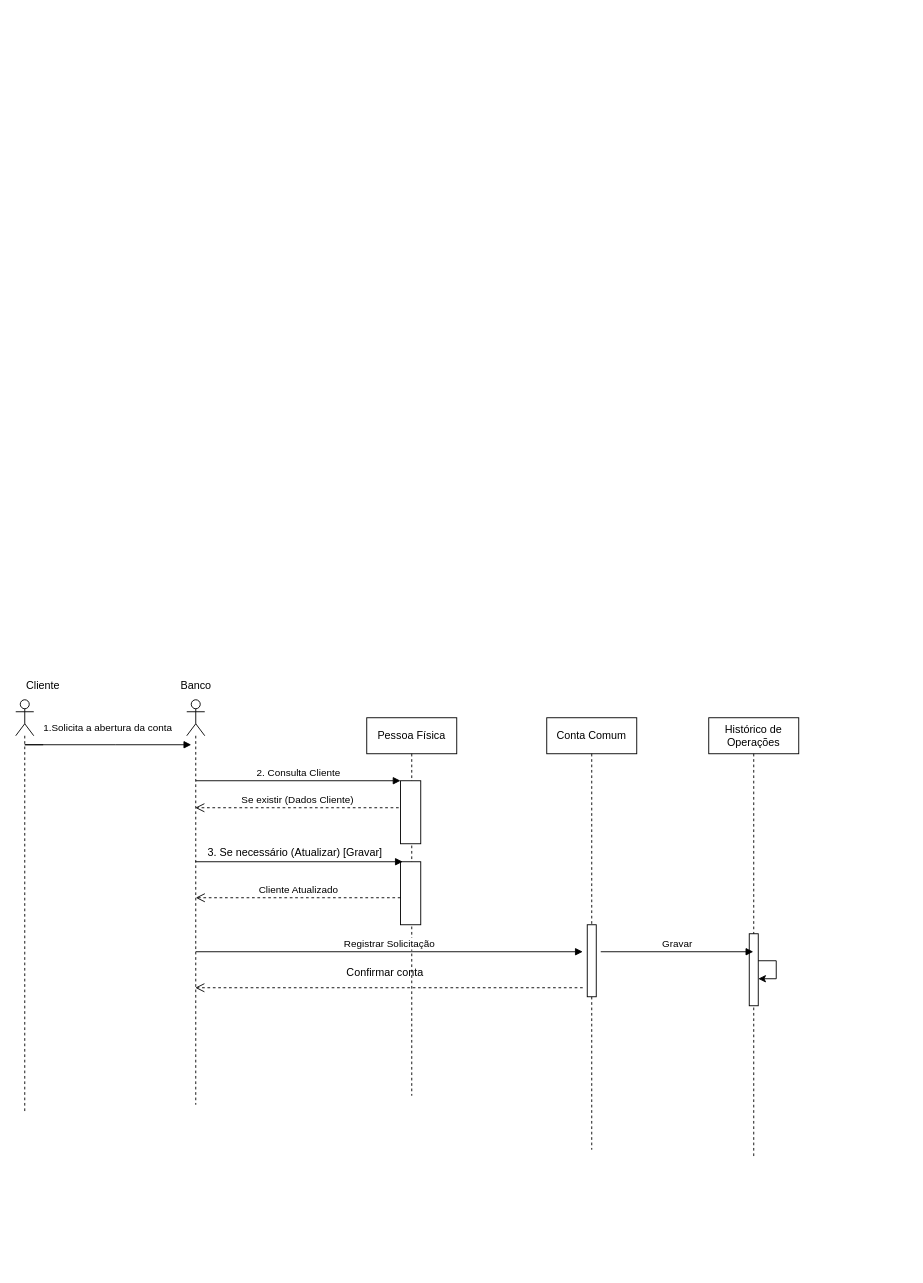
The draw.io diagram AtividadeemSala.drawio in ShellyLeal05/EngenhariaSoftwareII, before the edit. Source tidied: cells renumbered, new cells numbered last; positions are measured from the earlier drawing's top-left corner, leaving out a move shared by most shapes. Both pictures are drawn from the tidied source at 90%, with x=0, y=0 at pixel (15, 672).
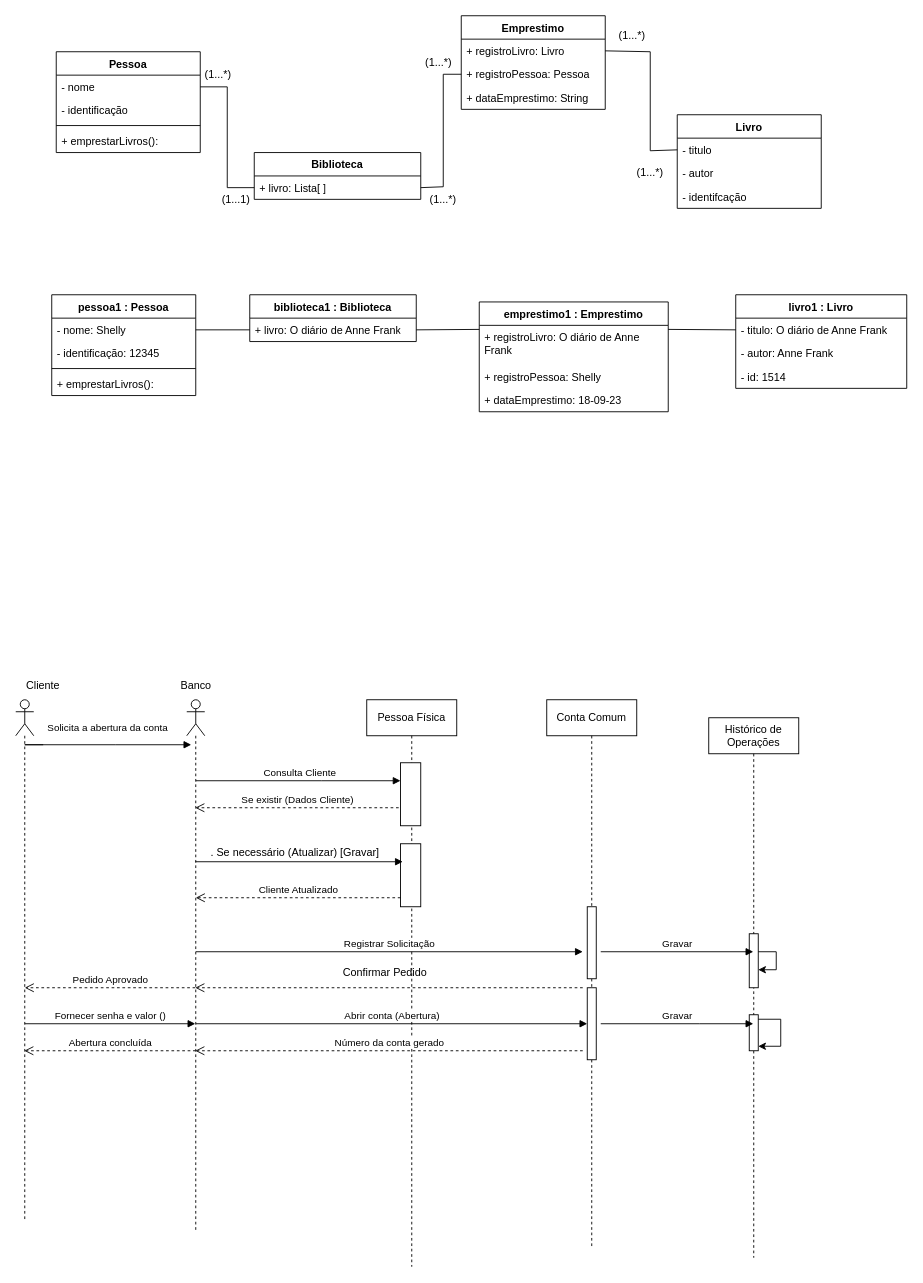
After the change.

The change refers to these unchanged cells:
```xml
<mxCell id="9" style="html=1;points=[[0,0,0,0,5],[0,1,0,0,-5],[1,0,0,0,5],[1,1,0,0,-5]];perimeter=orthogonalPerimeter;outlineConnect=0;targetShapes=umlLifeline;portConstraint=eastwest;newEdgeStyle={&quot;curved&quot;:0,&quot;rounded&quot;:0};" parent="8" vertex="1">
  <mxGeometry x="37.5" y="70" width="22.5" height="70" as="geometry" />
</mxCell>
```

What changed in the source:
```diff
@@
     <mxCell id="2" style="shape=umlLifeline;perimeter=lifelinePerimeter;whiteSpace=wrap;html=1;outlineConnect=0;portConstraint=eastwest;newEdgeStyle={&quot;curved&quot;:0,&quot;rounded&quot;:0};participant=umlActor;" parent="1" vertex="1">
-      <mxGeometry y="30" width="20" height="460" as="geometry" />
+      <mxGeometry y="30" width="20" height="580" as="geometry" />
     </mxCell>
@@
     <mxCell id="4" style="shape=umlLifeline;perimeter=lifelinePerimeter;whiteSpace=wrap;html=1;outlineConnect=0;portConstraint=eastwest;newEdgeStyle={&quot;curved&quot;:0,&quot;rounded&quot;:0};participant=umlActor;" parent="1" vertex="1">
-      <mxGeometry x="190" y="30" width="20" height="450" as="geometry" />
+      <mxGeometry x="190" y="30" width="20" height="590" as="geometry" />
     </mxCell>
@@
-    <mxCell id="6" value="1.Solicita a abertura da conta" style="html=1;verticalAlign=bottom;endArrow=block;curved=0;rounded=0;" parent="1" edge="1">
+    <mxCell id="6" value="Solicita a abertura da conta" style="html=1;verticalAlign=bottom;endArrow=block;curved=0;rounded=0;" parent="1" edge="1">
       <mxGeometry x="0.08" y="10" relative="1" as="geometry">
         <mxPoint x="30.5" y="80" as="sourcePoint" />
         <mxPoint x="195" y="80" as="targetPoint" />
         <Array as="points">
           <mxPoint x="10" y="80" />
           <mxPoint x="110.5" y="80" />
         </Array>
         <mxPoint x="1" as="offset" />
       </mxGeometry>
     </mxCell>
-    <mxCell id="7" value="2. Consulta Cliente" style="html=1;verticalAlign=bottom;endArrow=block;curved=0;rounded=0;" parent="1" edge="1" target="9">
+    <mxCell id="7" value="&amp;nbsp;Consulta Cliente" style="html=1;verticalAlign=bottom;endArrow=block;curved=0;rounded=0;" parent="1" edge="1" target="9">
       <mxGeometry relative="1" as="geometry">
         <mxPoint x="200" y="120" as="sourcePoint" />
+        <Array as="points">
+          <mxPoint x="340" y="120" />
+        </Array>
       </mxGeometry>
     </mxCell>
     <mxCell id="8" value="Pessoa Física" style="shape=umlLifeline;perimeter=lifelinePerimeter;whiteSpace=wrap;html=1;newEdgeStyle={&quot;curved&quot;:0,&quot;rounded&quot;:0};" parent="1" vertex="1">
-      <mxGeometry x="390" y="50" width="100" height="420" as="geometry" />
+      <mxGeometry x="390" y="30" width="100" height="630" as="geometry" />
     </mxCell>
@@
     <mxCell id="11" value="Conta Comum" style="shape=umlLifeline;whiteSpace=wrap;html=1;newEdgeStyle={&quot;curved&quot;:0,&quot;rounded&quot;:0};perimeter=rectanglePerimeter;targetShapes=umlLifeline;participant=label;" parent="1" vertex="1">
-      <mxGeometry x="590" y="50" width="100" height="480" as="geometry" />
+      <mxGeometry x="590" y="30" width="100" height="610" as="geometry" />
     </mxCell>
@@
+    <mxCell id="24" style="html=1;points=[[0,0,0,0,5],[0,1,0,0,-5],[1,0,0,0,5],[1,1,0,0,-5]];perimeter=orthogonalPerimeter;outlineConnect=0;targetShapes=umlLifeline;portConstraint=eastwest;newEdgeStyle={&quot;curved&quot;:0,&quot;rounded&quot;:0};direction=west;" parent="11" vertex="1">
+      <mxGeometry x="45" y="320" width="10" height="80" as="geometry" />
+    </mxCell>
@@
     <mxCell id="14" value="Histórico de Operações" style="shape=umlLifeline;perimeter=lifelinePerimeter;whiteSpace=wrap;html=1;outlineConnect=0;portConstraint=eastwest;newEdgeStyle={&quot;curved&quot;:0,&quot;rounded&quot;:0};" parent="1" vertex="1">
-      <mxGeometry x="770" y="50" width="100" height="490" as="geometry" />
+      <mxGeometry x="770" y="50" width="100" height="600" as="geometry" />
     </mxCell>
     <mxCell id="15" style="html=1;points=[[0,0,0,0,5],[0,1,0,0,-5],[1,0,0,0,5],[1,1,0,0,-5]];perimeter=orthogonalPerimeter;outlineConnect=0;targetShapes=umlLifeline;portConstraint=eastwest;newEdgeStyle={&quot;curved&quot;:0,&quot;rounded&quot;:0};" parent="14" vertex="1">
-      <mxGeometry x="45" y="240" width="10" height="80" as="geometry" />
+      <mxGeometry x="45" y="240" width="10" height="60" as="geometry" />
     </mxCell>
@@
+    <mxCell id="25" style="html=1;points=[[0,0,0,0,5],[0,1,0,0,-5],[1,0,0,0,5],[1,1,0,0,-5]];perimeter=orthogonalPerimeter;outlineConnect=0;targetShapes=umlLifeline;portConstraint=eastwest;newEdgeStyle={&quot;curved&quot;:0,&quot;rounded&quot;:0};" parent="14" vertex="1">
+      <mxGeometry x="45" y="330" width="10" height="40" as="geometry" />
+    </mxCell>
+    <mxCell id="26" style="edgeStyle=orthogonalEdgeStyle;rounded=0;orthogonalLoop=1;jettySize=auto;html=1;curved=0;exitX=1;exitY=0;exitDx=0;exitDy=5;exitPerimeter=0;entryX=1;entryY=1;entryDx=0;entryDy=-5;entryPerimeter=0;" parent="14" edge="1" source="25" target="25">
+      <mxGeometry relative="1" as="geometry">
+        <Array as="points">
+          <mxPoint x="80" y="335" />
+          <mxPoint x="80" y="365" />
+        </Array>
+      </mxGeometry>
+    </mxCell>
@@
-    <mxCell id="18" value="3. Se necessário (Atualizar) [Gravar]" style="text;html=1;align=center;verticalAlign=middle;strokeColor=none;fillColor=none;" parent="1" vertex="1">
-      <mxGeometry x="200" y="185" width="220" height="30" as="geometry" />
+    <mxCell id="18" value=". Se necessário (Atualizar) [Gravar]" style="text;html=1;align=center;verticalAlign=middle;strokeColor=none;fillColor=none;" parent="1" vertex="1">
+      <mxGeometry x="205" y="185" width="210" height="30" as="geometry" />
     </mxCell>
@@
-    <mxCell id="23" value="Confirmar conta" style="text;html=1;align=center;verticalAlign=middle;strokeColor=none;fillColor=none;" parent="1" vertex="1">
-      <mxGeometry x="355" y="318" width="110" height="30" as="geometry" />
+    <mxCell id="23" value="Confirmar Pedido" style="text;html=1;align=center;verticalAlign=middle;strokeColor=none;fillColor=none;" parent="1" vertex="1">
+      <mxGeometry x="350" y="318" width="120" height="30" as="geometry" />
     </mxCell>
+    <mxCell id="27" value="Pedido Aprovado" style="html=1;verticalAlign=bottom;endArrow=open;dashed=1;endSize=8;curved=0;rounded=0;" parent="1" edge="1" source="4">
+      <mxGeometry relative="1" as="geometry">
+        <mxPoint x="10" y="350" as="targetPoint" />
+      </mxGeometry>
+    </mxCell>
+    <mxCell id="28" value="Fornecer senha e valor ()" style="html=1;verticalAlign=bottom;endArrow=block;curved=0;rounded=0;" parent="1" edge="1" target="4">
+      <mxGeometry relative="1" as="geometry">
+        <mxPoint x="10" y="390" as="sourcePoint" />
+      </mxGeometry>
+    </mxCell>
+    <mxCell id="29" value="Abrir conta (Abertura)" style="html=1;verticalAlign=bottom;endArrow=block;curved=0;rounded=0;" parent="1" edge="1" target="24">
+      <mxGeometry relative="1" as="geometry">
+        <mxPoint x="200" y="390" as="sourcePoint" />
+      </mxGeometry>
+    </mxCell>
+    <mxCell id="30" value="Gravar" style="html=1;verticalAlign=bottom;endArrow=block;curved=0;rounded=0;" parent="1" edge="1" target="14">
+      <mxGeometry relative="1" as="geometry">
+        <mxPoint x="650" y="390" as="sourcePoint" />
+        <Array as="points">
+          <mxPoint x="760" y="390" />
+        </Array>
+      </mxGeometry>
+    </mxCell>
+    <mxCell id="31" value="Número da conta gerado" style="html=1;verticalAlign=bottom;endArrow=open;dashed=1;endSize=8;curved=0;rounded=0;" parent="1" edge="1" target="4">
+      <mxGeometry relative="1" as="geometry">
+        <mxPoint x="630" y="420" as="sourcePoint" />
+      </mxGeometry>
+    </mxCell>
+    <mxCell id="32" value="Abertura concluída" style="html=1;verticalAlign=bottom;endArrow=open;dashed=1;endSize=8;curved=0;rounded=0;" parent="1" edge="1" target="2">
+      <mxGeometry relative="1" as="geometry">
+        <mxPoint x="200" y="420" as="sourcePoint" />
+      </mxGeometry>
+    </mxCell>
+    <mxCell id="33" value="biblioteca1 : Biblioteca" style="swimlane;fontStyle=1;align=center;verticalAlign=top;horizontal=1;startSize=26;whiteSpace=wrap;html=1;" parent="1" vertex="1">
+      <mxGeometry x="260" y="-420" width="185" height="52" as="geometry" />
+    </mxCell>
+    <mxCell id="34" value="+ livro: O diário de Anne Frank" style="text;strokeColor=none;fillColor=none;align=left;verticalAlign=top;spacingLeft=4;spacingRight=4;overflow=hidden;points=[[0,0.5],[1,0.5]];portConstraint=eastwest;whiteSpace=wrap;html=1;" parent="33" vertex="1">
+      <mxGeometry y="26" width="185" height="26" as="geometry" />
+    </mxCell>
+    <mxCell id="35" value="livro1 : Livro" style="swimlane;fontStyle=1;align=center;verticalAlign=top;horizontal=1;startSize=26;whiteSpace=wrap;html=1;" parent="1" vertex="1">
+      <mxGeometry x="800" y="-420" width="190" height="104" as="geometry" />
+    </mxCell>
+    <mxCell id="36" value="- titulo: O diário de Anne Frank" style="text;strokeColor=none;fillColor=none;align=left;verticalAlign=top;spacingLeft=4;spacingRight=4;overflow=hidden;points=[[0,0.5],[1,0.5]];portConstraint=eastwest;whiteSpace=wrap;html=1;" parent="35" vertex="1">
+      <mxGeometry y="26" width="190" height="26" as="geometry" />
+    </mxCell>
+    <mxCell id="37" value="- autor: Anne Frank&amp;nbsp;" style="text;strokeColor=none;fillColor=none;align=left;verticalAlign=top;spacingLeft=4;spacingRight=4;overflow=hidden;whiteSpace=wrap;html=1;" parent="35" vertex="1">
+      <mxGeometry y="52" width="190" height="26" as="geometry" />
+    </mxCell>
+    <mxCell id="38" value="- id: 1514" style="text;strokeColor=none;fillColor=none;align=left;verticalAlign=top;spacingLeft=4;spacingRight=4;overflow=hidden;whiteSpace=wrap;html=1;" parent="35" vertex="1">
+      <mxGeometry y="78" width="190" height="26" as="geometry" />
+    </mxCell>
+    <mxCell id="39" value="pessoa1 : Pessoa" style="swimlane;fontStyle=1;align=center;verticalAlign=top;horizontal=1;startSize=26;whiteSpace=wrap;html=1;" parent="1" vertex="1">
+      <mxGeometry x="40" y="-420" width="160" height="112" as="geometry" />
+    </mxCell>
+    <mxCell id="40" value="- nome: Shelly" style="text;strokeColor=none;fillColor=none;align=left;verticalAlign=top;spacingLeft=4;spacingRight=4;overflow=hidden;points=[[0,0.5],[1,0.5]];portConstraint=eastwest;whiteSpace=wrap;html=1;" parent="39" vertex="1">
+      <mxGeometry y="26" width="160" height="26" as="geometry" />
+    </mxCell>
+    <mxCell id="41" value="- identificação: 12345" style="text;strokeColor=none;fillColor=none;align=left;verticalAlign=top;spacingLeft=4;spacingRight=4;overflow=hidden;whiteSpace=wrap;html=1;" parent="39" vertex="1">
+      <mxGeometry y="52" width="160" height="26" as="geometry" />
+    </mxCell>
+    <mxCell id="42" style="line;strokeWidth=1;fillColor=none;align=left;verticalAlign=middle;spacingTop=-1;spacingLeft=3;spacingRight=3;labelPosition=right;strokeColor=inherit;" parent="39" vertex="1">
+      <mxGeometry y="78" width="160" height="8" as="geometry" />
+    </mxCell>
+    <mxCell id="43" value="+ emprestarLivros():" style="text;strokeColor=none;fillColor=none;align=left;verticalAlign=top;spacingLeft=4;spacingRight=4;overflow=hidden;whiteSpace=wrap;html=1;" parent="39" vertex="1">
+      <mxGeometry y="86" width="160" height="26" as="geometry" />
+    </mxCell>
+    <mxCell id="44" value="emprestimo1 : Emprestimo" style="swimlane;fontStyle=1;align=center;verticalAlign=top;horizontal=1;startSize=26;whiteSpace=wrap;html=1;" parent="1" vertex="1">
+      <mxGeometry x="515" y="-412" width="210" height="122" as="geometry" />
+    </mxCell>
+    <mxCell id="45" value="+ registroLivro: O diário de Anne Frank" style="text;strokeColor=none;fillColor=none;align=left;verticalAlign=top;spacingLeft=4;spacingRight=4;overflow=hidden;whiteSpace=wrap;html=1;" parent="44" vertex="1">
+      <mxGeometry y="26" width="210" height="44" as="geometry" />
+    </mxCell>
+    <mxCell id="46" value="+ registroPessoa: Shelly" style="text;strokeColor=none;fillColor=none;align=left;verticalAlign=top;spacingLeft=4;spacingRight=4;overflow=hidden;whiteSpace=wrap;html=1;" parent="44" vertex="1">
+      <mxGeometry y="70" width="210" height="26" as="geometry" />
+    </mxCell>
+    <mxCell id="47" value="+ dataEmprestimo: 18-09-23" style="text;strokeColor=none;fillColor=none;align=left;verticalAlign=top;spacingLeft=4;spacingRight=4;overflow=hidden;whiteSpace=wrap;html=1;" parent="44" vertex="1">
+      <mxGeometry y="96" width="210" height="26" as="geometry" />
+    </mxCell>
+    <mxCell id="48" style="endArrow=none;html=1;rounded=0;exitX=1;exitY=0.5;exitDx=0;exitDy=0;entryX=0;entryY=0.5;entryDx=0;entryDy=0;" parent="1" edge="1" source="40" target="34">
+      <mxGeometry relative="1" as="geometry" />
+    </mxCell>
+    <mxCell id="49" style="endArrow=none;html=1;rounded=0;exitX=1;exitY=0.5;exitDx=0;exitDy=0;entryX=0;entryY=0.25;entryDx=0;entryDy=0;" parent="1" edge="1" source="34" target="44">
+      <mxGeometry relative="1" as="geometry" />
+    </mxCell>
+    <mxCell id="50" style="endArrow=none;html=1;rounded=0;exitX=1;exitY=0.25;exitDx=0;exitDy=0;entryX=0;entryY=0.5;entryDx=0;entryDy=0;" parent="1" edge="1" source="44" target="36">
+      <mxGeometry relative="1" as="geometry" />
+    </mxCell>
+    <mxCell id="51" value="Biblioteca" style="swimlane;fontStyle=1;align=center;verticalAlign=top;horizontal=1;startSize=26;whiteSpace=wrap;html=1;" parent="1" vertex="1">
+      <mxGeometry x="265" y="-578" width="185" height="52" as="geometry" />
+    </mxCell>
+    <mxCell id="52" value="+ livro: Lista[ ]" style="text;strokeColor=none;fillColor=none;align=left;verticalAlign=top;spacingLeft=4;spacingRight=4;overflow=hidden;points=[[0,0.5],[1,0.5]];portConstraint=eastwest;whiteSpace=wrap;html=1;" parent="51" vertex="1">
+      <mxGeometry y="26" width="185" height="26" as="geometry" />
+    </mxCell>
+    <mxCell id="53" value="Livro" style="swimlane;fontStyle=1;align=center;verticalAlign=top;horizontal=1;startSize=26;whiteSpace=wrap;html=1;" parent="1" vertex="1">
+      <mxGeometry x="735" y="-620" width="160" height="104" as="geometry" />
+    </mxCell>
+    <mxCell id="54" value="- titulo" style="text;strokeColor=none;fillColor=none;align=left;verticalAlign=top;spacingLeft=4;spacingRight=4;overflow=hidden;points=[[0,0.5],[1,0.5]];portConstraint=eastwest;whiteSpace=wrap;html=1;" parent="53" vertex="1">
+      <mxGeometry y="26" width="160" height="26" as="geometry" />
+    </mxCell>
+    <mxCell id="55" value="- autor" style="text;strokeColor=none;fillColor=none;align=left;verticalAlign=top;spacingLeft=4;spacingRight=4;overflow=hidden;whiteSpace=wrap;html=1;" parent="53" vertex="1">
+      <mxGeometry y="52" width="160" height="26" as="geometry" />
+    </mxCell>
+    <mxCell id="56" value="- identifcação" style="text;strokeColor=none;fillColor=none;align=left;verticalAlign=top;spacingLeft=4;spacingRight=4;overflow=hidden;whiteSpace=wrap;html=1;" parent="53" vertex="1">
+      <mxGeometry y="78" width="160" height="26" as="geometry" />
+    </mxCell>
+    <mxCell id="57" value="Pessoa" style="swimlane;fontStyle=1;align=center;verticalAlign=top;horizontal=1;startSize=26;whiteSpace=wrap;html=1;" parent="1" vertex="1">
+      <mxGeometry x="45" y="-690" width="160" height="112" as="geometry" />
+    </mxCell>
+    <mxCell id="58" value="- nome" style="text;strokeColor=none;fillColor=none;align=left;verticalAlign=top;spacingLeft=4;spacingRight=4;overflow=hidden;points=[[0,0.5],[1,0.5]];portConstraint=eastwest;whiteSpace=wrap;html=1;" parent="57" vertex="1">
+      <mxGeometry y="26" width="160" height="26" as="geometry" />
+    </mxCell>
+    <mxCell id="59" value="- identificação" style="text;strokeColor=none;fillColor=none;align=left;verticalAlign=top;spacingLeft=4;spacingRight=4;overflow=hidden;whiteSpace=wrap;html=1;" parent="57" vertex="1">
+      <mxGeometry y="52" width="160" height="26" as="geometry" />
+    </mxCell>
+    <mxCell id="60" style="line;strokeWidth=1;fillColor=none;align=left;verticalAlign=middle;spacingTop=-1;spacingLeft=3;spacingRight=3;labelPosition=right;strokeColor=inherit;" parent="57" vertex="1">
+      <mxGeometry y="78" width="160" height="8" as="geometry" />
+    </mxCell>
+    <mxCell id="61" value="+ emprestarLivros():" style="text;strokeColor=none;fillColor=none;align=left;verticalAlign=top;spacingLeft=4;spacingRight=4;overflow=hidden;whiteSpace=wrap;html=1;" parent="57" vertex="1">
+      <mxGeometry y="86" width="160" height="26" as="geometry" />
+    </mxCell>
+    <mxCell id="62" value="Emprestimo" style="swimlane;fontStyle=1;align=center;verticalAlign=top;horizontal=1;startSize=26;whiteSpace=wrap;html=1;" parent="1" vertex="1">
+      <mxGeometry x="495" y="-730" width="160" height="104" as="geometry" />
+    </mxCell>
+    <mxCell id="63" value="+ registroLivro: Livro" style="text;strokeColor=none;fillColor=none;align=left;verticalAlign=top;spacingLeft=4;spacingRight=4;overflow=hidden;points=[[0,0.5],[1,0.5]];portConstraint=eastwest;whiteSpace=wrap;html=1;" parent="62" vertex="1">
+      <mxGeometry y="26" width="160" height="26" as="geometry" />
+    </mxCell>
+    <mxCell id="64" value="+ registroPessoa: Pessoa" style="text;strokeColor=none;fillColor=none;align=left;verticalAlign=top;spacingLeft=4;spacingRight=4;overflow=hidden;points=[[0,0.5],[1,0.5]];portConstraint=eastwest;whiteSpace=wrap;html=1;" parent="62" vertex="1">
+      <mxGeometry y="52" width="160" height="26" as="geometry" />
+    </mxCell>
+    <mxCell id="65" value="+ dataEmprestimo: String" style="text;strokeColor=none;fillColor=none;align=left;verticalAlign=top;spacingLeft=4;spacingRight=4;overflow=hidden;whiteSpace=wrap;html=1;" parent="62" vertex="1">
+      <mxGeometry y="78" width="160" height="26" as="geometry" />
+    </mxCell>
+    <mxCell id="66" style="endArrow=none;html=1;rounded=0;exitX=1;exitY=0.5;exitDx=0;exitDy=0;entryX=0;entryY=0.5;entryDx=0;entryDy=0;" parent="1" edge="1" source="58" target="52">
+      <mxGeometry relative="1" as="geometry">
+        <Array as="points">
+          <mxPoint x="235" y="-651" />
+          <mxPoint x="235" y="-539" />
+        </Array>
+      </mxGeometry>
+    </mxCell>
+    <mxCell id="67" style="endArrow=none;html=1;rounded=0;exitX=1;exitY=0.5;exitDx=0;exitDy=0;entryX=0;entryY=0.5;entryDx=0;entryDy=0;" parent="1" edge="1" source="52" target="64">
+      <mxGeometry relative="1" as="geometry">
+        <Array as="points">
+          <mxPoint x="475" y="-540" />
+          <mxPoint x="475" y="-665" />
+        </Array>
+      </mxGeometry>
+    </mxCell>
+    <mxCell id="68" style="endArrow=none;html=1;rounded=0;exitX=1;exitY=0.5;exitDx=0;exitDy=0;entryX=0;entryY=0.5;entryDx=0;entryDy=0;" parent="1" edge="1" source="63" target="54">
+      <mxGeometry relative="1" as="geometry">
+        <Array as="points">
+          <mxPoint x="705" y="-690" />
+          <mxPoint x="705" y="-580" />
+        </Array>
+      </mxGeometry>
+    </mxCell>
+    <mxCell id="69" value="(1...*)" style="text;html=1;strokeColor=none;fillColor=none;align=center;verticalAlign=middle;whiteSpace=wrap;rounded=0;" parent="1" vertex="1">
+      <mxGeometry x="195" y="-679" width="60" height="30" as="geometry" />
+    </mxCell>
+    <mxCell id="70" value="(1...1)" style="text;html=1;strokeColor=none;fillColor=none;align=center;verticalAlign=middle;whiteSpace=wrap;rounded=0;" parent="1" vertex="1">
+      <mxGeometry x="215" y="-540" width="60" height="30" as="geometry" />
+    </mxCell>
+    <mxCell id="71" value="(1...*)" style="text;html=1;strokeColor=none;fillColor=none;align=center;verticalAlign=middle;whiteSpace=wrap;rounded=0;" parent="1" vertex="1">
+      <mxGeometry x="445" y="-540" width="60" height="30" as="geometry" />
+    </mxCell>
+    <mxCell id="72" value="(1...*)" style="text;html=1;strokeColor=none;fillColor=none;align=center;verticalAlign=middle;whiteSpace=wrap;rounded=0;" parent="1" vertex="1">
+      <mxGeometry x="440" y="-693" width="60" height="30" as="geometry" />
+    </mxCell>
+    <mxCell id="73" value="(1...*)" style="text;html=1;strokeColor=none;fillColor=none;align=center;verticalAlign=middle;whiteSpace=wrap;rounded=0;" parent="1" vertex="1">
+      <mxGeometry x="655" y="-723" width="60" height="30" as="geometry" />
+    </mxCell>
+    <mxCell id="74" value="(1...*)" style="text;html=1;strokeColor=none;fillColor=none;align=center;verticalAlign=middle;whiteSpace=wrap;rounded=0;" parent="1" vertex="1">
+      <mxGeometry x="675" y="-570" width="60" height="30" as="geometry" />
+    </mxCell>
```
